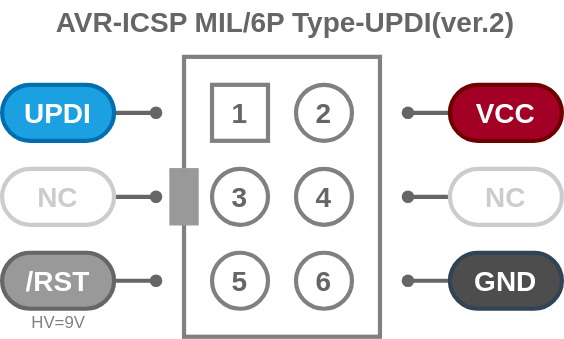
Earlier version of the draw.io export svg/AVR-ICSP-M6P-UPDIv2.drawio.svg (askn37/askn37.github.io). Source tidied: cells renumbered, new cells last; positions are measured from the earlier drawing's top-left corner, leaving out a move shared by most shapes.
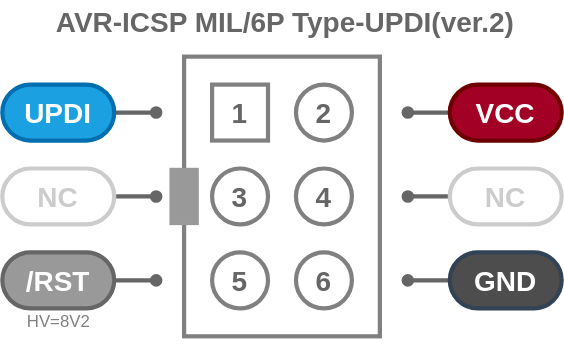
The same file after the commit.

Diff of the diagram source:
```diff
@@ -71,8 +71,8 @@
     <mxCell id="20" value="AVR-ICSP MIL/6P Type-UPDI(ver.2)" style="text;html=1;align=center;verticalAlign=middle;strokeColor=none;fillColor=none;fontSize=20;fontColor=#666666;fontStyle=1;" parent="1" vertex="1">
       <mxGeometry x="32" width="340" height="30" as="geometry" />
     </mxCell>
-    <mxCell id="21" value="HV=9V" style="text;html=1;align=center;verticalAlign=middle;strokeColor=none;fillColor=none;fontColor=#808080;" parent="1" vertex="1">
-      <mxGeometry x="15" y="220" width="50" height="20" as="geometry" />
+    <mxCell id="21" value="HV=8V2" style="text;html=1;align=center;verticalAlign=middle;strokeColor=none;fillColor=none;fontColor=#808080;" parent="1" vertex="1">
+      <mxGeometry x="5" y="215" width="70" height="30" as="geometry" />
     </mxCell>
     <mxCell id="22" value="NC" style="rounded=1;whiteSpace=wrap;html=1;fontSize=20;strokeWidth=3;fontStyle=1;arcSize=50;strokeColor=#CCCCCC;fontColor=#CCCCCC;fillColor=none;" parent="1" vertex="1">
       <mxGeometry y="120" width="80" height="40" as="geometry" />
```
